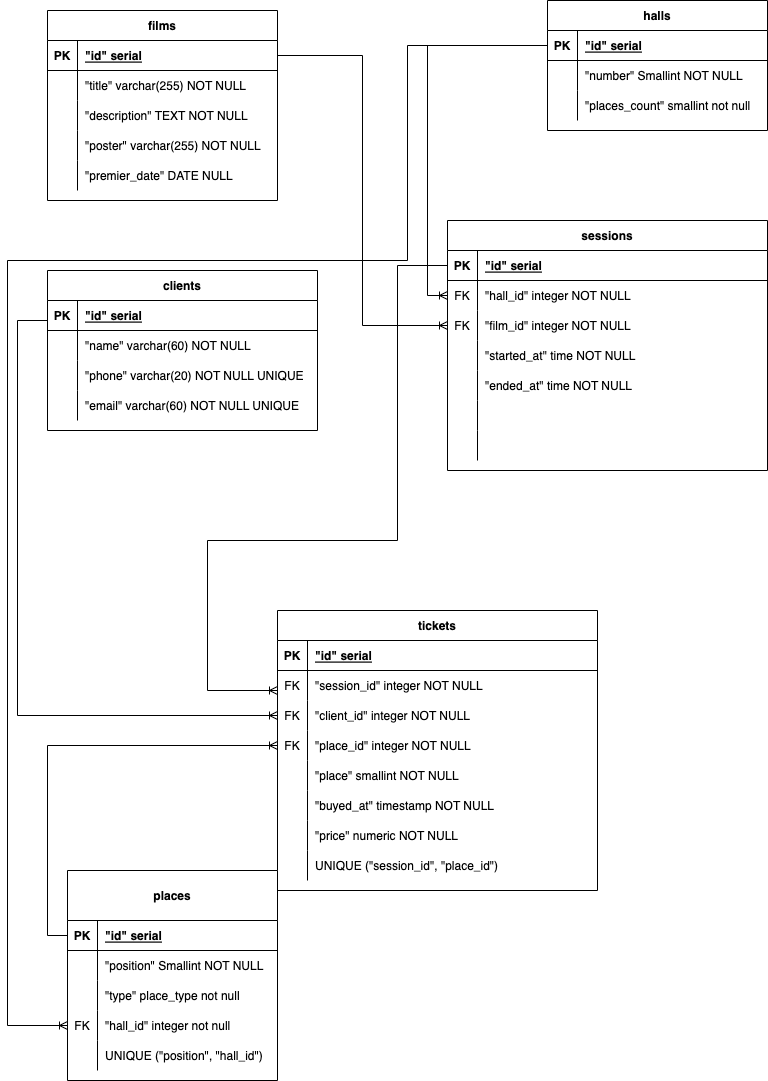
This is relations.png from otusteamedu/PHP_2022, a draw.io export, as it was before one commit. Source tidied: cells renumbered, new cells last; positions are measured from the earlier drawing's top-left corner, leaving out a move shared by most shapes.
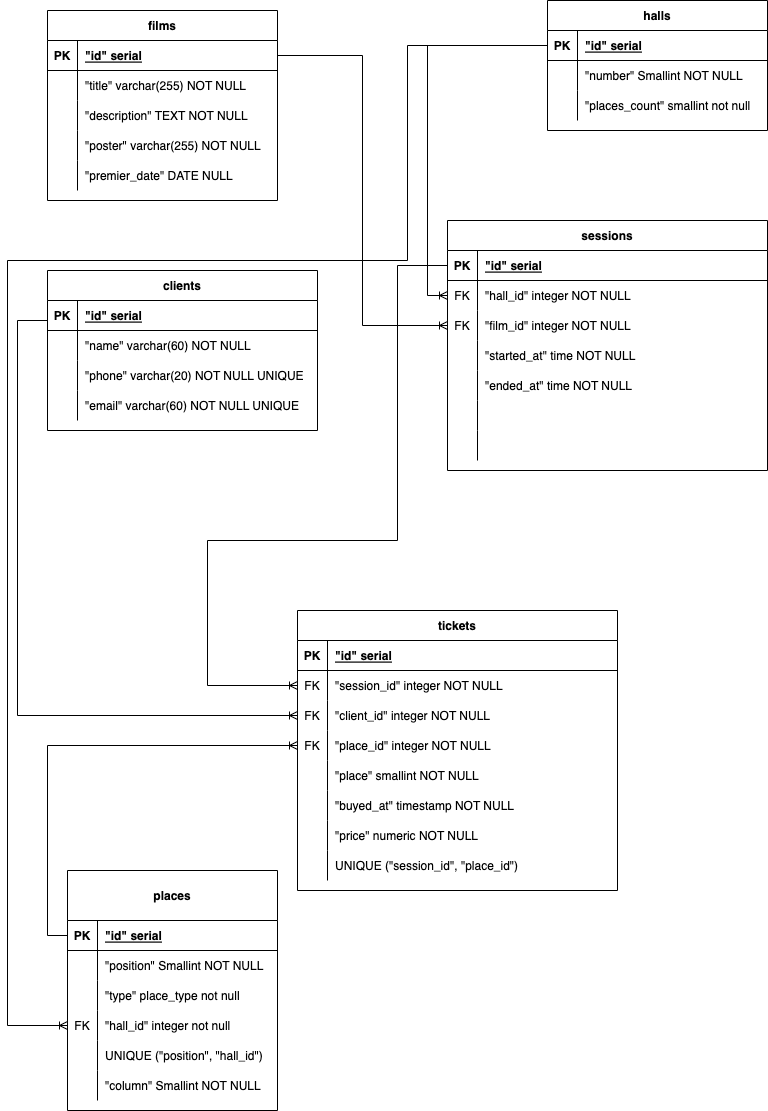
After the commit.

Commit message:
правки по ревью

What changed in the source:
```diff
@@ -186,7 +186,7 @@
       <mxGeometry x="30" width="290" height="30" as="geometry" />
     </mxCell>
     <mxCell id="63" value="tickets" style="shape=table;startSize=30;rowLines=0;fontStyle=1;align=center;" parent="1" vertex="1">
-      <mxGeometry x="270" y="610" width="320" height="280" as="geometry" />
+      <mxGeometry x="290" y="610" width="320" height="280" as="geometry" />
     </mxCell>
     <mxCell id="64" style="shape=partialRectangle;fillColor=none;top=0;left=0;right=0;bottom=1;" parent="63" vertex="1">
       <mxGeometry y="30" width="320" height="30" as="geometry" />
@@ -260,21 +260,18 @@
     <mxCell id="87" value="UNIQUE (&quot;session_id&quot;, &quot;place_id&quot;)" style="shape=partialRectangle;overflow=hidden;fillColor=none;top=0;left=0;bottom=0;right=0;align=left;spacingLeft=6;" parent="85" vertex="1">
       <mxGeometry x="30" width="290" height="30" as="geometry" />
     </mxCell>
-    <mxCell id="88" style="edgeStyle=orthogonalEdgeStyle;rounded=0;jettySize=auto;html=1;exitX=0;exitY=0.5;exitDx=0;exitDy=0;endArrow=ERoneToMany;endFill=0;" parent="1" edge="1" source="42">
+    <mxCell id="88" style="edgeStyle=orthogonalEdgeStyle;rounded=0;jettySize=auto;html=1;exitX=0;exitY=0.5;exitDx=0;exitDy=0;endArrow=ERoneToMany;endFill=0;entryX=0;entryY=0.5;entryDx=0;entryDy=0;" parent="1" edge="1" source="42" target="67">
       <mxGeometry relative="1" as="geometry">
-        <mxPoint x="270" y="690" as="targetPoint" />
         <Array as="points">
           <mxPoint x="390" y="265" />
           <mxPoint x="390" y="540" />
           <mxPoint x="200" y="540" />
-          <mxPoint x="200" y="690" />
-          <mxPoint x="270" y="690" />
+          <mxPoint x="200" y="685" />
         </Array>
       </mxGeometry>
     </mxCell>
-    <mxCell id="89" style="edgeStyle=orthogonalEdgeStyle;rounded=0;jettySize=auto;html=1;endArrow=ERoneToMany;endFill=0;exitX=0;exitY=0.5;exitDx=0;exitDy=0;" parent="1" edge="1" source="19">
+    <mxCell id="89" style="edgeStyle=orthogonalEdgeStyle;rounded=0;jettySize=auto;html=1;endArrow=ERoneToMany;endFill=0;exitX=0;exitY=0.5;exitDx=0;exitDy=0;entryX=0;entryY=0.5;entryDx=0;entryDy=0;" parent="1" edge="1" source="19" target="70">
       <mxGeometry relative="1" as="geometry">
-        <mxPoint x="270" y="715" as="targetPoint" />
         <Array as="points">
           <mxPoint x="40" y="320" />
           <mxPoint x="10" y="320" />
@@ -289,7 +286,7 @@
       <mxGeometry relative="1" as="geometry" />
     </mxCell>
     <mxCell id="92" value="places" style="shape=table;startSize=50;rowLines=0;fontStyle=1;align=center;" parent="1" vertex="1">
-      <mxGeometry x="60" y="870" width="210" height="210" as="geometry" />
+      <mxGeometry x="60" y="870" width="210" height="240" as="geometry" />
     </mxCell>
     <mxCell id="93" style="shape=tableRow;horizontal=0;startSize=0;swimlaneHead=0;swimlaneBody=0;fillColor=none;points=[[0,0.5],[1,0.5]];portConstraint=eastwest;top=0;left=0;right=0;bottom=1;" parent="92" vertex="1">
       <mxGeometry y="50" width="210" height="30" as="geometry" />
@@ -336,6 +333,15 @@
     <mxCell id="107" value="UNIQUE (&quot;position&quot;, &quot;hall_id&quot;)" style="shape=partialRectangle;overflow=hidden;fillColor=none;align=left;top=0;left=0;bottom=0;right=0;spacingLeft=6;" parent="105" vertex="1">
       <mxGeometry x="30" width="180" height="30" as="geometry" />
     </mxCell>
+    <mxCell id="110" style="shape=tableRow;horizontal=0;startSize=0;swimlaneHead=0;swimlaneBody=0;fillColor=none;top=0;left=0;right=0;bottom=0;" parent="92" vertex="1">
+      <mxGeometry y="200" width="210" height="30" as="geometry" />
+    </mxCell>
+    <mxCell id="111" style="shape=partialRectangle;overflow=hidden;fillColor=none;top=0;left=0;bottom=0;right=0;" parent="110" vertex="1">
+      <mxGeometry width="30" height="30" as="geometry" />
+    </mxCell>
+    <mxCell id="112" value="&quot;column&quot; Smallint NOT NULL" style="shape=partialRectangle;overflow=hidden;fillColor=none;align=left;top=0;left=0;bottom=0;right=0;spacingLeft=6;" parent="110" vertex="1">
+      <mxGeometry x="30" width="180" height="30" as="geometry" />
+    </mxCell>
     <mxCell id="108" style="edgeStyle=orthogonalEdgeStyle;rounded=0;jettySize=auto;html=1;exitX=0;exitY=0.5;exitDx=0;exitDy=0;entryX=0;entryY=0.5;entryDx=0;entryDy=0;endArrow=none;endFill=0;startArrow=ERoneToMany;startFill=0;" parent="1" edge="1" source="73" target="93">
       <mxGeometry relative="1" as="geometry" />
     </mxCell>
```
